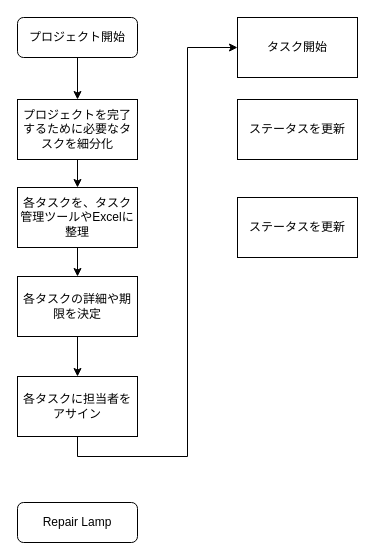
The draw.io diagram タスク管理.drawio in aka0n1chan/business-report-system, before the edit. Source tidied: cells renumbered, new cells numbered last; positions are measured from the earlier drawing's top-left corner, leaving out a move shared by most shapes. Both pictures are drawn from the tidied source at 100%, with x=0, y=0 at pixel (17, 17).
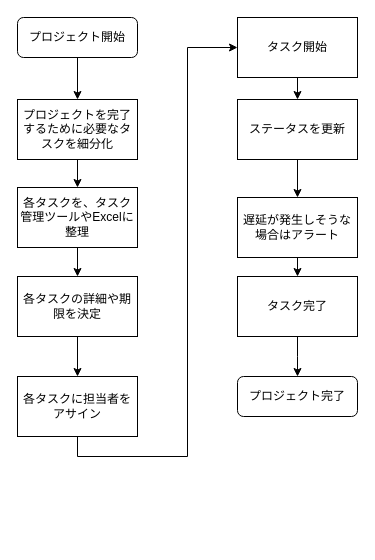
The same diagram, later.

Commit message:
タスク管理.drawio を更新します

The change refers to these unchanged cells:
```xml
<mxCell id="13" value="タスク開始" style="rounded=0;whiteSpace=wrap;html=1;" parent="1" vertex="1">
  <mxGeometry x="220" width="120" height="60" as="geometry" />
</mxCell>
<mxCell id="14" value="ステータスを更新" style="rounded=0;whiteSpace=wrap;html=1;" parent="1" vertex="1">
  <mxGeometry x="220" y="82" width="120" height="60" as="geometry" />
</mxCell>
```

The edit, as a diff of the source:
```diff
@@
-    <mxCell id="4" value="Repair Lamp" style="rounded=1;whiteSpace=wrap;html=1;fontSize=12;glass=0;strokeWidth=1;shadow=0;" parent="1" vertex="1">
-      <mxGeometry y="485" width="120" height="40" as="geometry" />
+    <mxCell id="4" value="プロジェクト完了" style="rounded=1;whiteSpace=wrap;html=1;fontSize=12;glass=0;strokeWidth=1;shadow=0;" parent="1" vertex="1">
+      <mxGeometry x="220" y="359" width="120" height="40" as="geometry" />
     </mxCell>
@@
+    <mxCell id="16" style="edgeStyle=orthogonalEdgeStyle;rounded=0;jettySize=auto;html=1;exitX=0.5;exitY=1;exitDx=0;exitDy=0;" parent="1" edge="1" source="13" target="14">
+      <mxGeometry relative="1" as="geometry" />
+    </mxCell>
@@
+    <mxCell id="17" style="edgeStyle=orthogonalEdgeStyle;rounded=0;jettySize=auto;html=1;exitX=0.5;exitY=1;exitDx=0;exitDy=0;entryX=0.5;entryY=0;entryDx=0;entryDy=0;" parent="1" edge="1" source="14" target="15">
+      <mxGeometry relative="1" as="geometry" />
+    </mxCell>
@@
+    <mxCell id="18" style="edgeStyle=orthogonalEdgeStyle;rounded=0;jettySize=auto;html=1;exitX=0.5;exitY=1;exitDx=0;exitDy=0;entryX=0.5;entryY=0;entryDx=0;entryDy=0;" parent="1" edge="1" source="15" target="20">
+      <mxGeometry relative="1" as="geometry" />
+    </mxCell>
-    <mxCell id="15" value="ステータスを更新" style="rounded=0;whiteSpace=wrap;html=1;" parent="1" vertex="1">
+    <mxCell id="15" value="遅延が発生しそうな場合はアラート" style="rounded=0;whiteSpace=wrap;html=1;" parent="1" vertex="1">
       <mxGeometry x="220" y="180" width="120" height="60" as="geometry" />
     </mxCell>
+    <mxCell id="19" style="edgeStyle=orthogonalEdgeStyle;rounded=0;jettySize=auto;html=1;" parent="1" edge="1" source="20">
+      <mxGeometry relative="1" as="geometry">
+        <mxPoint x="280" y="359" as="targetPoint" />
+      </mxGeometry>
+    </mxCell>
+    <mxCell id="20" value="タスク完了" style="rounded=0;whiteSpace=wrap;html=1;" parent="1" vertex="1">
+      <mxGeometry x="220" y="259" width="120" height="60" as="geometry" />
+    </mxCell>
```
